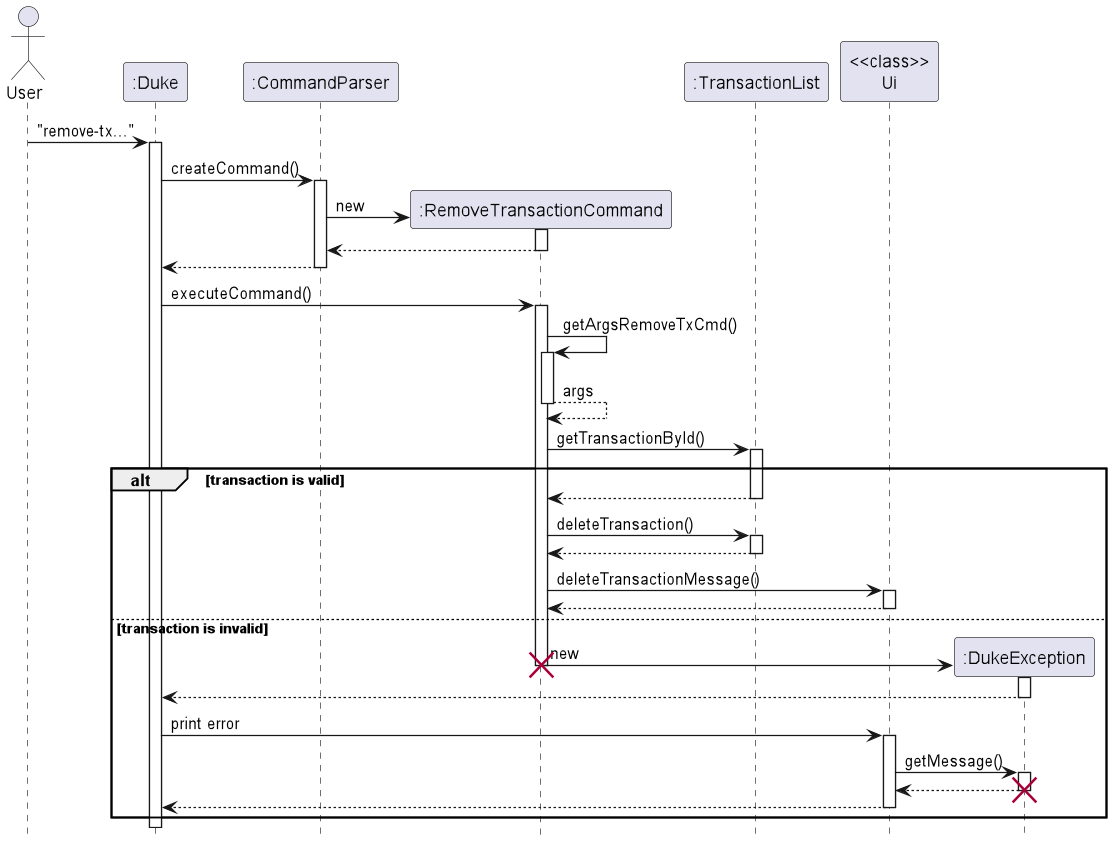
Above: docs/images/RemoveTransactionSequence.png in nus-cs2113-AY2223S1/tp (PlantUML), before the change. Its source is kept beside it as docs/diagrams/transaction/RemoveTransactionSequence.puml.
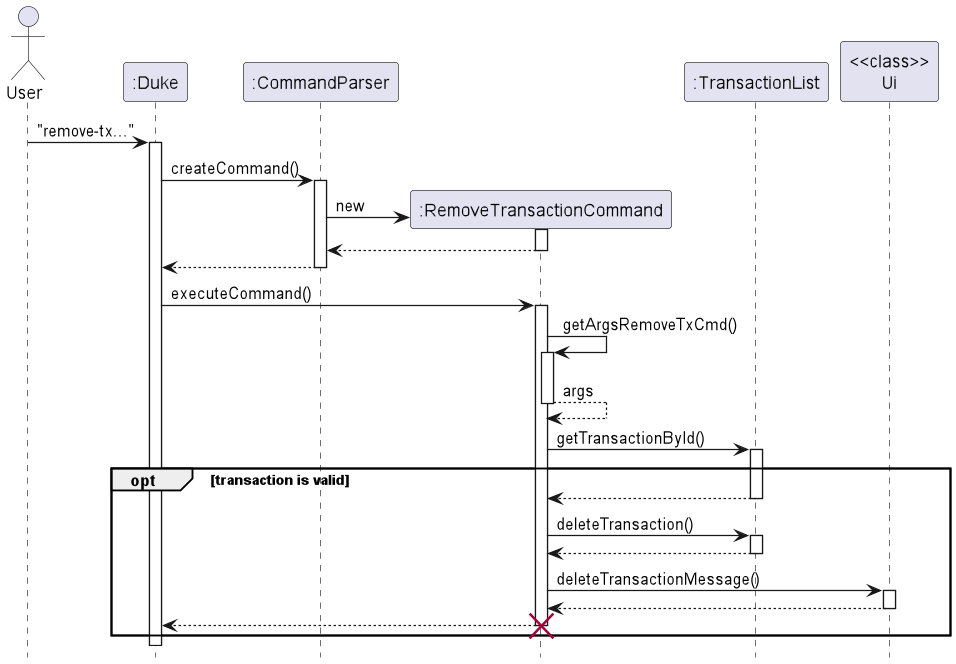
Later version of the same file.

Diff of the diagram source:
```diff
@@ -19,7 +19,7 @@
 return args
     ":RemoveTransactionCommand" -> ":TransactionList": getTransactionById()
     activate ":TransactionList"
-alt transaction is valid
+opt transaction is valid
     ":TransactionList" --> ":RemoveTransactionCommand"
     deactivate ":TransactionList"
     ":RemoveTransactionCommand" -> ":TransactionList": deleteTransaction()
@@ -30,21 +30,8 @@
     return
     deactivate "<<class>>\nUi"
     deactivate ":TransactionList"
-else transaction is invalid
-    ":RemoveTransactionCommand" -> ":DukeException"** : new
-    destroy ":RemoveTransactionCommand"
-    activate ":DukeException"
-    ":DukeException" --> ":Duke"
-    deactivate ":DukeException"
-    ":Duke" -> "<<class>>\nUi" : print error
-    activate "<<class>>\nUi"
-    "<<class>>\nUi" -> ":DukeException": getMessage()
-    activate ":DukeException"
-    return
-    destroy ":DukeException"
-    "<<class>>\nUi" --> ":Duke"
-    deactivate "<<class>>\nUi"
+":RemoveTransactionCommand" --> ":Duke"
+destroy ":RemoveTransactionCommand"
 end
-deactivate ":RemoveTransactionCommand"
 
 @enduml
```
